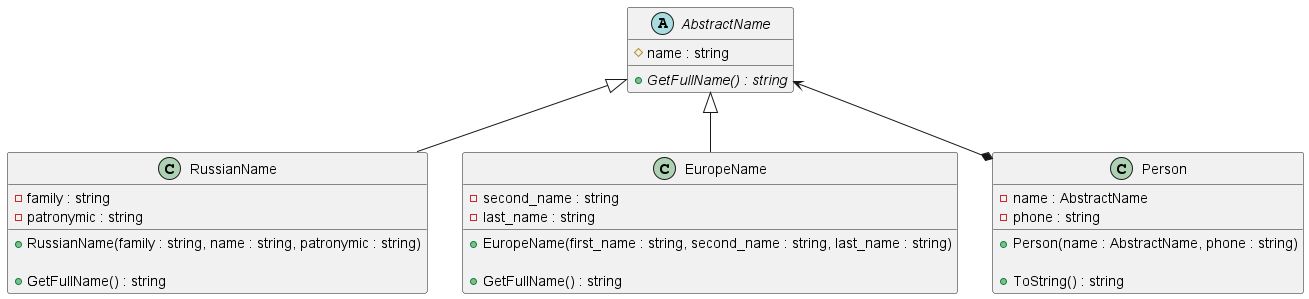
This is class_diagram.png from anst-foto/Person5, a PlantUML export, as it was before one commit. Source of this version:
```plantuml
@startuml

abstract class AbstractName {
# name : string

+ {abstract} GetFullName() : string
}

AbstractName <|-- RussianName
class RussianName {
- family : string
- patronymic : string

+ RussianName(family : string, name : string, patronymic : string)

+ GetFullName() : string
}

AbstractName <|-- EuropeName
class EuropeName {
- second_name : string
- last_name : string

+ EuropeName(first_name : string, second_name : string, last_name : string)

+ GetFullName() : string
}


AbstractName <--* Person
class Person {
- name : AbstractName
- phone : string

+ Person(name : AbstractName, phone : string)

+ ToString() : string
}

@enduml
```
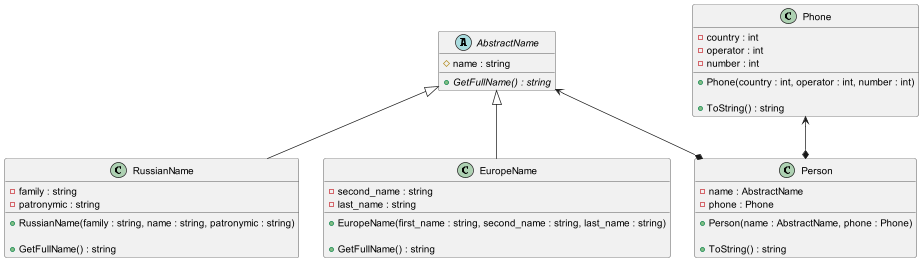
After the commit.

What changed in the source:
```diff
@@ -26,13 +26,23 @@
 + GetFullName() : string
 }
 
+class Phone {
+- country : int
+- operator : int
+- number : int
+
++ Phone(country : int, operator : int, number : int)
+
++ ToString() : string
+}
 
 AbstractName <--* Person
+Phone <--* Person
 class Person {
 - name : AbstractName
-- phone : string
+- phone : Phone
 
-+ Person(name : AbstractName, phone : string)
++ Person(name : AbstractName, phone : Phone)
 
 + ToString() : string
 }
```
